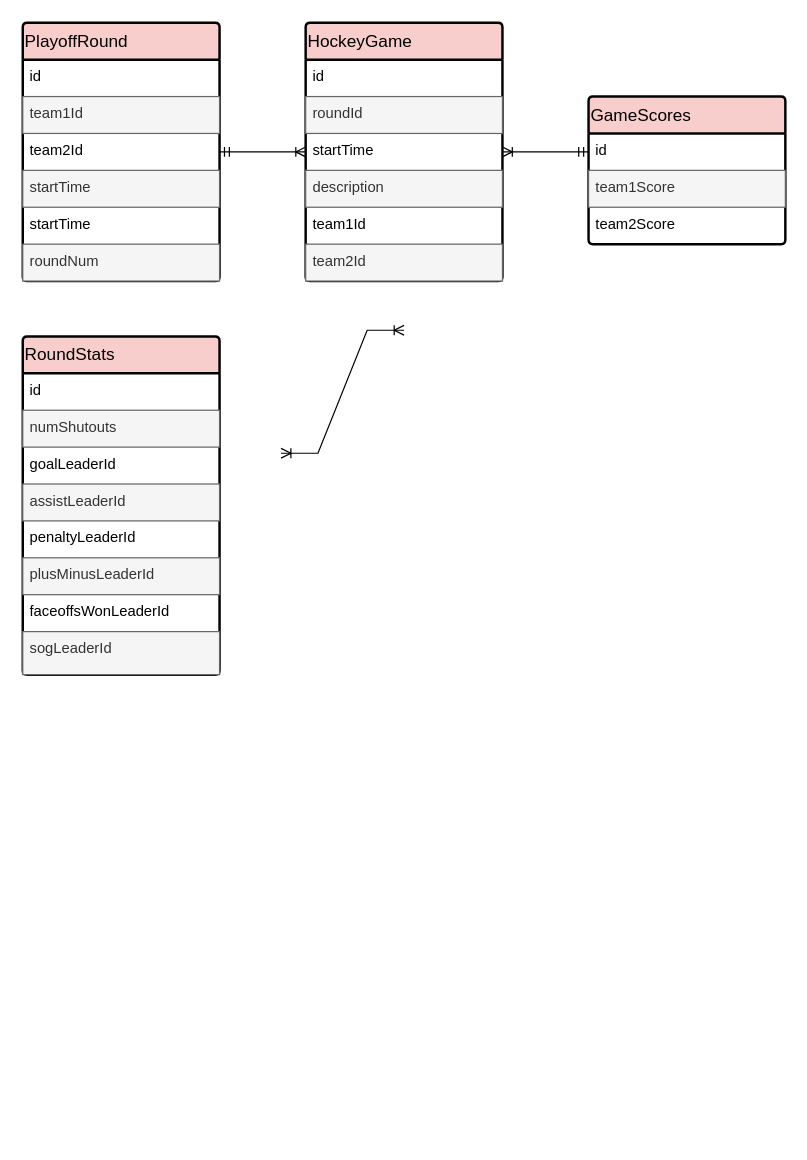
Above: Practice1-2024100607.drawio in Robin-SS/Information-Management (draw.io), before the change. Source tidied: cells renumbered, new cells numbered last; positions are measured from the earlier drawing's top-left corner, leaving out a move shared by most shapes. Both pictures are drawn from the tidied source at 123%, with x=0, y=0 at pixel (22, 22).
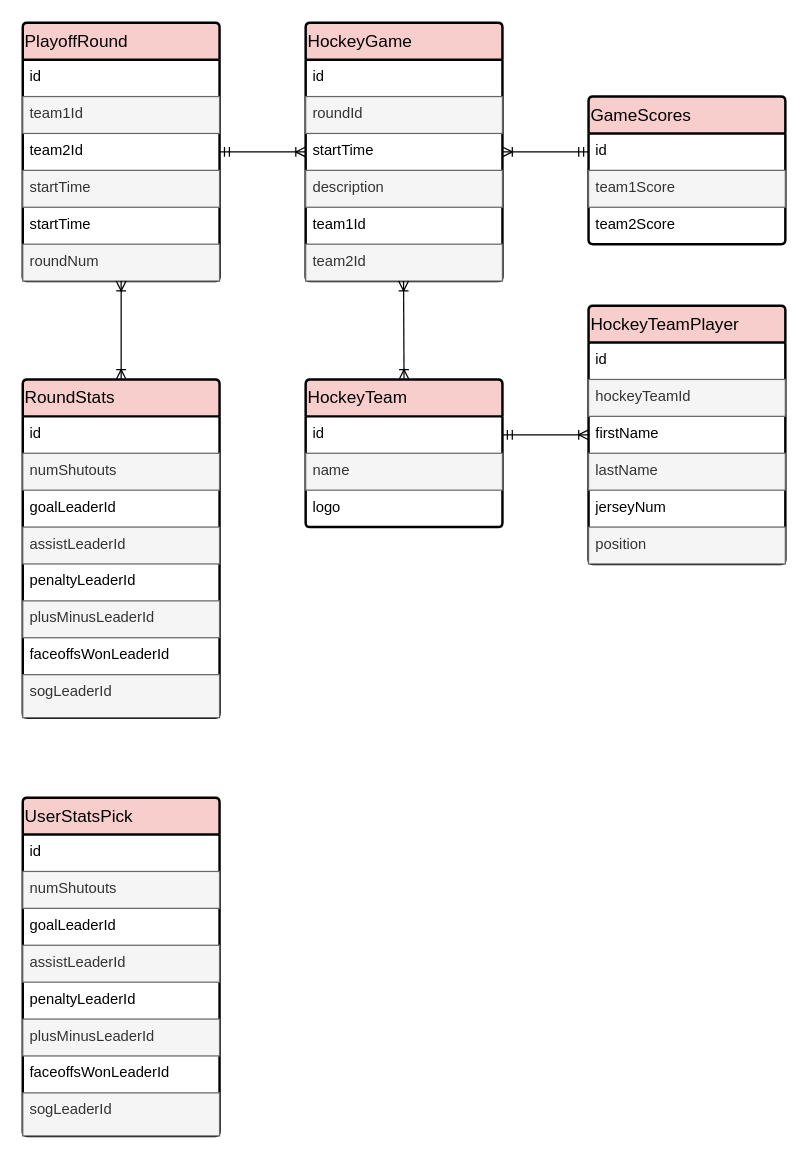
Above is the later version.

Unchanged cells that the change refers to:
```xml
<mxCell id="2" value="PlayoffRound" style="swimlane;horizontal=1;startSize=30;rounded=1;fontSize=14;fontStyle=0;strokeWidth=2;shadow=0;dashed=0;align=left;arcSize=4;whiteSpace=wrap;html=1;fillColor=#f8cecc;strokeColor=#000000;" parent="1" vertex="1">
  <mxGeometry width="160" height="210" as="geometry" />
</mxCell>
```

Change to the diagram source:
```diff
@@
     <mxCell id="22" value="RoundStats" style="swimlane;horizontal=1;startSize=30;rounded=1;fontSize=14;fontStyle=0;strokeWidth=2;shadow=0;dashed=0;align=left;arcSize=4;whiteSpace=wrap;html=1;fillColor=#f8cecc;strokeColor=#000000;" parent="1" vertex="1">
-      <mxGeometry y="255" width="160" height="275" as="geometry" />
+      <mxGeometry y="290" width="160" height="275" as="geometry" />
     </mxCell>
@@
-    <mxCell id="31" style="edgeStyle=entityRelationEdgeStyle;fontSize=12;html=1;endArrow=ERoneToMany;startArrow=ERoneToMany;rounded=0;" parent="1" edge="1">
-      <mxGeometry relative="1" as="geometry">
-        <mxPoint x="210" y="350" as="sourcePoint" />
-        <mxPoint x="310" y="250" as="targetPoint" />
-      </mxGeometry>
+    <mxCell id="31" style="fontSize=12;html=1;endArrow=ERoneToMany;startArrow=ERoneToMany;rounded=0;entryX=0.5;entryY=0;entryDx=0;entryDy=0;exitX=0.5;exitY=1;exitDx=0;exitDy=0;" parent="1" edge="1" source="2" target="22">
+      <mxGeometry relative="1" as="geometry" />
     </mxCell>
+    <mxCell id="32" value="HockeyTeam" style="swimlane;horizontal=1;startSize=30;rounded=1;fontSize=14;fontStyle=0;strokeWidth=2;shadow=0;dashed=0;align=left;arcSize=4;whiteSpace=wrap;html=1;fillColor=#f8cecc;strokeColor=#000000;" parent="1" vertex="1">
+      <mxGeometry x="230" y="290" width="160" height="120" as="geometry" />
+    </mxCell>
+    <mxCell id="33" value="id" style="text;strokeColor=none;fillColor=none;spacingLeft=4;spacingRight=4;overflow=hidden;points=[[0,0.5],[1,0.5]];portConstraint=eastwest;fontSize=12;whiteSpace=wrap;html=1;" parent="32" vertex="1">
+      <mxGeometry y="30" width="160" height="30" as="geometry" />
+    </mxCell>
+    <mxCell id="34" value="name" style="text;strokeColor=#666666;fillColor=#f5f5f5;spacingLeft=4;spacingRight=4;overflow=hidden;fontSize=12;whiteSpace=wrap;html=1;fontColor=#333333;" parent="32" vertex="1">
+      <mxGeometry y="60" width="160" height="30" as="geometry" />
+    </mxCell>
+    <mxCell id="35" value="logo" style="text;strokeColor=none;fillColor=none;spacingLeft=4;spacingRight=4;overflow=hidden;fontSize=12;whiteSpace=wrap;html=1;" parent="32" vertex="1">
+      <mxGeometry y="90" width="160" height="30" as="geometry" />
+    </mxCell>
+    <mxCell id="36" style="fontSize=12;html=1;endArrow=ERoneToMany;startArrow=ERoneToMany;rounded=0;entryX=0.5;entryY=0;entryDx=0;entryDy=0;exitX=0.5;exitY=1;exitDx=0;exitDy=0;" parent="1" edge="1" target="32">
+      <mxGeometry relative="1" as="geometry">
+        <mxPoint x="309.6" y="210" as="sourcePoint" />
+      </mxGeometry>
+    </mxCell>
+    <mxCell id="37" value="HockeyTeamPlayer" style="swimlane;horizontal=1;startSize=30;rounded=1;fontSize=14;fontStyle=0;strokeWidth=2;shadow=0;dashed=0;align=left;arcSize=4;whiteSpace=wrap;html=1;fillColor=#f8cecc;strokeColor=#000000;" parent="1" vertex="1">
+      <mxGeometry x="460" y="230" width="160" height="210" as="geometry" />
+    </mxCell>
+    <mxCell id="38" value="id" style="text;strokeColor=none;fillColor=none;spacingLeft=4;spacingRight=4;overflow=hidden;fontSize=12;whiteSpace=wrap;html=1;" parent="37" vertex="1">
+      <mxGeometry y="30" width="160" height="30" as="geometry" />
+    </mxCell>
+    <mxCell id="39" value="hockeyTeamId" style="text;strokeColor=#666666;fillColor=#f5f5f5;spacingLeft=4;spacingRight=4;overflow=hidden;fontSize=12;whiteSpace=wrap;html=1;fontColor=#333333;" parent="37" vertex="1">
+      <mxGeometry y="60" width="160" height="30" as="geometry" />
+    </mxCell>
+    <mxCell id="40" value="firstName" style="text;strokeColor=none;fillColor=none;spacingLeft=4;spacingRight=4;overflow=hidden;points=[[0,0.5],[1,0.5]];portConstraint=eastwest;fontSize=12;whiteSpace=wrap;html=1;" parent="37" vertex="1">
+      <mxGeometry y="90" width="160" height="30" as="geometry" />
+    </mxCell>
+    <mxCell id="41" value="lastName" style="text;strokeColor=#666666;fillColor=#f5f5f5;spacingLeft=4;spacingRight=4;overflow=hidden;fontSize=12;whiteSpace=wrap;html=1;fontColor=#333333;" parent="37" vertex="1">
+      <mxGeometry y="120" width="160" height="30" as="geometry" />
+    </mxCell>
+    <mxCell id="42" value="jerseyNum" style="text;strokeColor=none;fillColor=none;spacingLeft=4;spacingRight=4;overflow=hidden;fontSize=12;whiteSpace=wrap;html=1;" parent="37" vertex="1">
+      <mxGeometry y="150" width="160" height="30" as="geometry" />
+    </mxCell>
+    <mxCell id="43" value="position" style="text;strokeColor=#666666;fillColor=#f5f5f5;spacingLeft=4;spacingRight=4;overflow=hidden;fontSize=12;whiteSpace=wrap;html=1;fontColor=#333333;" parent="37" vertex="1">
+      <mxGeometry y="180" width="160" height="30" as="geometry" />
+    </mxCell>
+    <mxCell id="44" style="fontSize=12;html=1;endArrow=ERoneToMany;startArrow=ERmandOne;rounded=0;entryX=0;entryY=0.5;entryDx=0;entryDy=0;exitX=1;exitY=0.5;exitDx=0;exitDy=0;" parent="1" edge="1" source="33" target="40">
+      <mxGeometry relative="1" as="geometry" />
+    </mxCell>
+    <mxCell id="45" value="UserStatsPick" style="swimlane;horizontal=1;startSize=30;rounded=1;fontSize=14;fontStyle=0;strokeWidth=2;shadow=0;dashed=0;align=left;arcSize=4;whiteSpace=wrap;html=1;fillColor=#f8cecc;strokeColor=#000000;" parent="1" vertex="1">
+      <mxGeometry y="630" width="160" height="275" as="geometry" />
+    </mxCell>
+    <mxCell id="46" value="id" style="text;strokeColor=none;fillColor=none;spacingLeft=4;spacingRight=4;overflow=hidden;fontSize=12;whiteSpace=wrap;html=1;" parent="45" vertex="1">
+      <mxGeometry y="30" width="160" height="30" as="geometry" />
+    </mxCell>
+    <mxCell id="47" value="numShutouts" style="text;strokeColor=#666666;fillColor=#f5f5f5;spacingLeft=4;spacingRight=4;overflow=hidden;fontSize=12;whiteSpace=wrap;html=1;fontColor=#333333;" parent="45" vertex="1">
+      <mxGeometry y="60" width="160" height="30" as="geometry" />
+    </mxCell>
+    <mxCell id="48" value="goalLeaderId" style="text;strokeColor=none;fillColor=none;spacingLeft=4;spacingRight=4;overflow=hidden;fontSize=12;whiteSpace=wrap;html=1;" parent="45" vertex="1">
+      <mxGeometry y="90" width="160" height="30" as="geometry" />
+    </mxCell>
+    <mxCell id="49" value="assistLeaderId" style="text;strokeColor=#666666;fillColor=#f5f5f5;spacingLeft=4;spacingRight=4;overflow=hidden;fontSize=12;whiteSpace=wrap;html=1;fontColor=#333333;" parent="45" vertex="1">
+      <mxGeometry y="120" width="160" height="30" as="geometry" />
+    </mxCell>
+    <mxCell id="50" value="penaltyLeaderId" style="text;strokeColor=none;fillColor=none;spacingLeft=4;spacingRight=4;overflow=hidden;fontSize=12;whiteSpace=wrap;html=1;" parent="45" vertex="1">
+      <mxGeometry y="150" width="160" height="30" as="geometry" />
+    </mxCell>
+    <mxCell id="51" value="plusMinusLeaderId" style="text;strokeColor=#666666;fillColor=#f5f5f5;spacingLeft=4;spacingRight=4;overflow=hidden;fontSize=12;whiteSpace=wrap;html=1;fontColor=#333333;" parent="45" vertex="1">
+      <mxGeometry y="180" width="160" height="30" as="geometry" />
+    </mxCell>
+    <mxCell id="52" value="faceoffsWonLeaderId" style="text;spacingLeft=4;spacingRight=4;overflow=hidden;fontSize=12;whiteSpace=wrap;html=1;" parent="45" vertex="1">
+      <mxGeometry y="210" width="160" height="30" as="geometry" />
+    </mxCell>
+    <mxCell id="53" value="sogLeaderId" style="text;spacingLeft=4;spacingRight=4;overflow=hidden;fontSize=12;whiteSpace=wrap;html=1;fillColor=#f5f5f5;fontColor=#333333;strokeColor=#666666;" parent="45" vertex="1">
+      <mxGeometry y="240" width="160" height="35" as="geometry" />
+    </mxCell>
```
